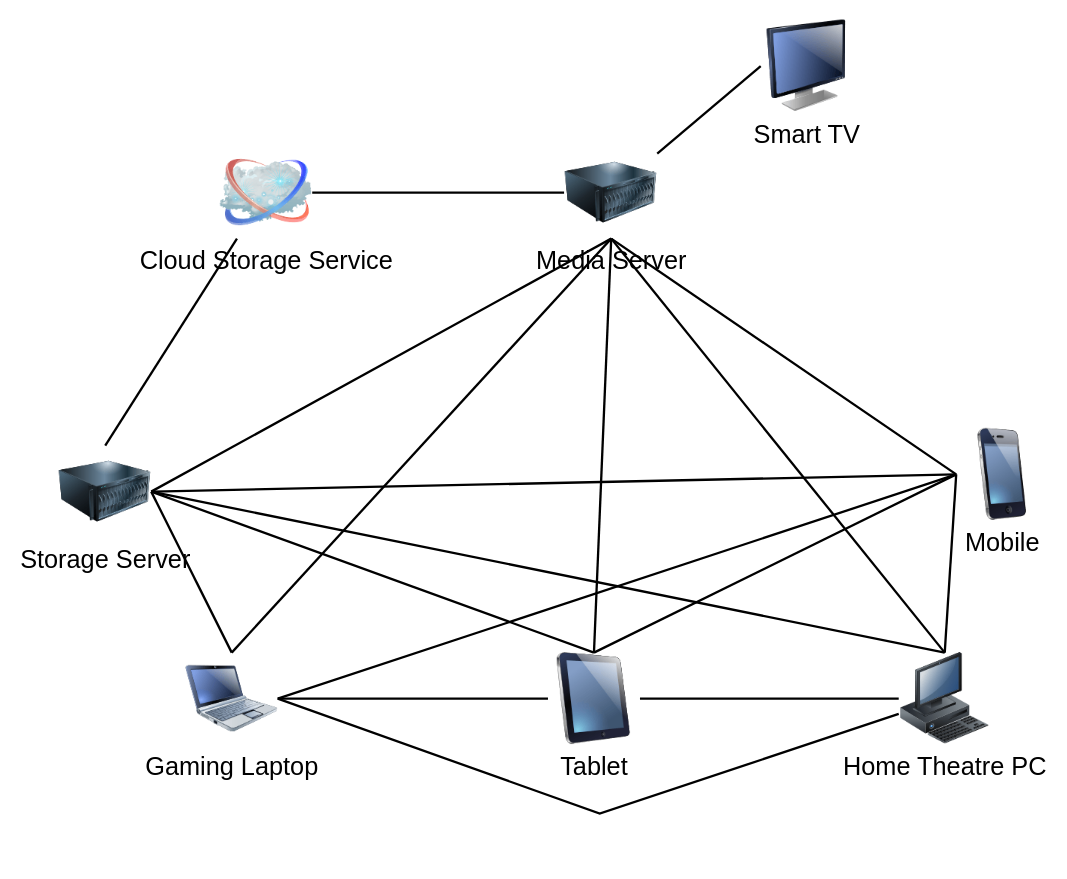
Earlier version of the draw.io diagram Logical Layout.drawio (syedrali/architecture). Source tidied: cells renumbered, new cells numbered last; positions are measured from the earlier drawing's top-left corner, leaving out a move shared by most shapes. Both pictures are drawn from the tidied source at 115%, with x=0, y=0 at pixel (59, 20).
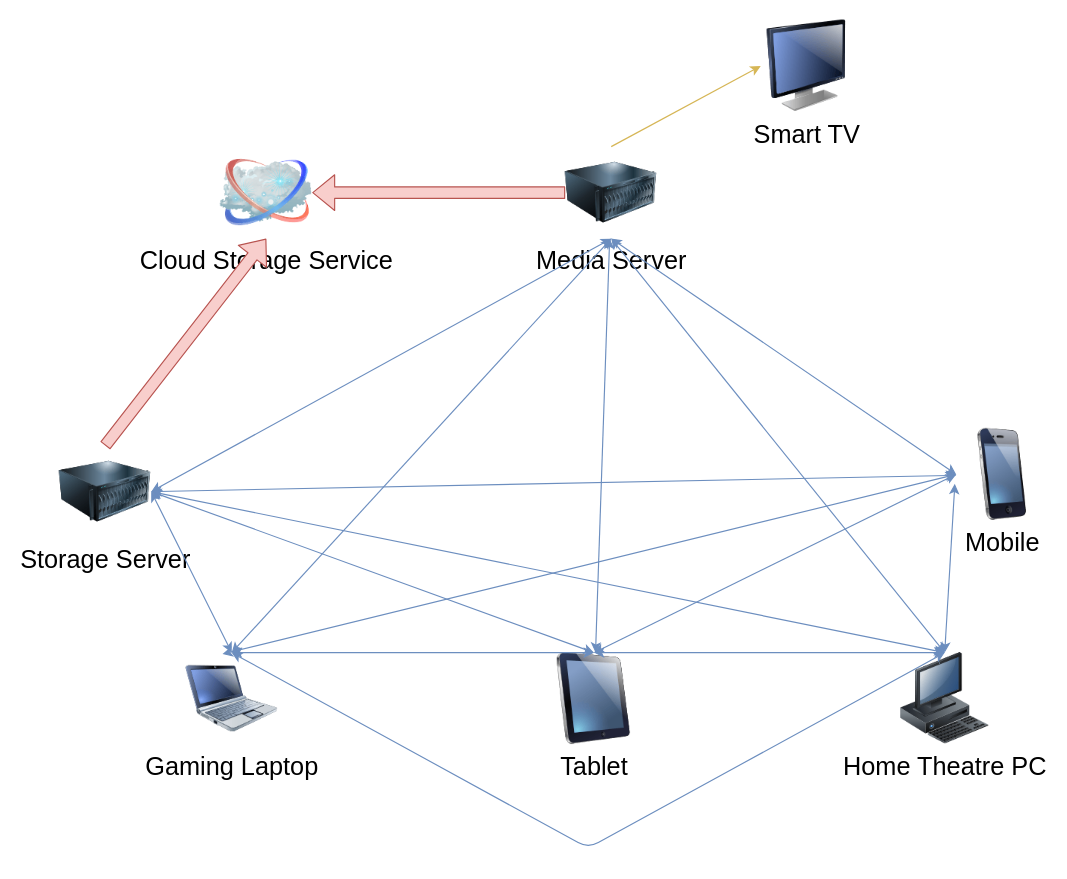
Above is the later version.

Commit message (it also covers changes not shown here):
Redesigned logical layout diagram to be clearer to follow.

Unchanged cells that the change refers to:
```xml
<mxCell id="3" value="Tablet" style="image;html=1;labelBackgroundColor=#ffffff;image=img/lib/clip_art/computers/iPad_128x128.png;rounded=1;shadow=0;comic=0;strokeColor=#000000;strokeWidth=2;fillColor=#FFFFFF;fontSize=22;fontColor=#000000;" parent="1" vertex="1">
  <mxGeometry x="425" y="550" width="80" height="80" as="geometry" />
</mxCell>
<mxCell id="4" value="Home Theatre PC" style="image;html=1;labelBackgroundColor=#ffffff;image=img/lib/clip_art/computers/Workstation_128x128.png;rounded=1;shadow=0;comic=0;strokeColor=#000000;strokeWidth=2;fillColor=#FFFFFF;fontSize=22;fontColor=#000000;" parent="1" vertex="1">
  <mxGeometry x="730" y="550" width="80" height="80" as="geometry" />
</mxCell>
<mxCell id="5" value="Mobile" style="image;html=1;labelBackgroundColor=#ffffff;image=img/lib/clip_art/telecommunication/iPhone_128x128.png;rounded=1;shadow=0;comic=0;strokeColor=#000000;strokeWidth=2;fillColor=#FFFFFF;fontSize=22;fontColor=#000000;" parent="1" vertex="1">
  <mxGeometry x="780" y="355" width="80" height="80" as="geometry" />
</mxCell>
<mxCell id="6" value="Gaming Laptop" style="image;html=1;labelBackgroundColor=#ffffff;image=img/lib/clip_art/computers/Netbook_128x128.png;rounded=1;shadow=0;comic=0;strokeColor=#000000;strokeWidth=2;fillColor=#FFFFFF;fontSize=22;fontColor=#000000;" parent="1" vertex="1">
  <mxGeometry x="110" y="550" width="80" height="80" as="geometry" />
</mxCell>
<mxCell id="7" value="Storage Server" style="image;html=1;labelBackgroundColor=#ffffff;image=img/lib/clip_art/computers/Server_128x128.png;fontSize=22;" parent="1" vertex="1">
  <mxGeometry y="370" width="80" height="80" as="geometry" />
</mxCell>
<mxCell id="8" value="Media Server" style="image;html=1;labelBackgroundColor=#ffffff;image=img/lib/clip_art/computers/Server_128x128.png;fontSize=22;" parent="1" vertex="1">
  <mxGeometry x="440" y="110" width="80" height="80" as="geometry" />
</mxCell>
```

The edit, as a diff of the source:
```diff
@@
-    <mxCell id="9" style="edgeStyle=none;rounded=0;html=1;labelBackgroundColor=none;endArrow=none;strokeColor=#000000;strokeWidth=2;fontFamily=Verdana;fontSize=22;fontColor=#000000;entryX=1;entryY=0.5;entryDx=0;entryDy=0;" parent="1" edge="1" target="11">
-      <mxGeometry relative="1" as="geometry">
-        <mxPoint x="439" y="150" as="sourcePoint" />
-      </mxGeometry>
-    </mxCell>
+    <mxCell id="11" value="Cloud Storage Service" style="image;html=1;labelBackgroundColor=#ffffff;image=img/lib/clip_art/networking/Cloud_128x128.png;fontSize=22;" parent="1" vertex="1">
+      <mxGeometry x="140" y="110" width="80" height="80" as="geometry" />
+    </mxCell>
+    <mxCell id="23" value="Smart TV" style="image;html=1;labelBackgroundColor=#ffffff;image=img/lib/clip_art/computers/Monitor_128x128.png;fontSize=22;" parent="1" vertex="1">
+      <mxGeometry x="610" width="80" height="80" as="geometry" />
+    </mxCell>
+    <mxCell id="29" style="shape=flexArrow;endArrow=classic;html=1;exitX=0.5;exitY=0;exitDx=0;exitDy=0;entryX=0.5;entryY=1;entryDx=0;entryDy=0;fillColor=#f8cecc;strokeColor=#b85450;" parent="1" edge="1" source="7" target="11">
+      <mxGeometry relative="1" as="geometry" />
+    </mxCell>
+    <mxCell id="30" style="shape=flexArrow;endArrow=classic;html=1;entryX=1;entryY=0.5;entryDx=0;entryDy=0;fillColor=#f8cecc;strokeColor=#b85450;" parent="1" edge="1" source="8" target="11">
+      <mxGeometry relative="1" as="geometry" />
+    </mxCell>
+    <mxCell id="31" style="endArrow=classic;html=1;exitX=0.5;exitY=0;exitDx=0;exitDy=0;entryX=0;entryY=0.5;entryDx=0;entryDy=0;fillColor=#fff2cc;strokeColor=#d6b656;" parent="1" edge="1" source="8" target="23">
+      <mxGeometry relative="1" as="geometry" />
+    </mxCell>
+    <mxCell id="32" style="endArrow=classic;startArrow=classic;html=1;entryX=0.5;entryY=1;entryDx=0;entryDy=0;exitX=1;exitY=0.5;exitDx=0;exitDy=0;fillColor=#dae8fc;strokeColor=#6c8ebf;" parent="1" edge="1" source="7" target="8">
+      <mxGeometry relative="1" as="geometry" />
+    </mxCell>
-    <mxCell id="10" style="edgeStyle=none;rounded=0;html=1;labelBackgroundColor=none;endArrow=none;strokeColor=#000000;strokeWidth=2;fontFamily=Verdana;fontSize=22;fontColor=#000000;exitX=1;exitY=0.5;exitDx=0;exitDy=0;entryX=0.5;entryY=0;entryDx=0;entryDy=0;" parent="1" edge="1" source="7" target="6">
+    <mxCell id="10" style="endArrow=classic;startArrow=classic;html=1;exitX=1;exitY=0.5;exitDx=0;exitDy=0;entryX=0.5;entryY=0;entryDx=0;entryDy=0;fillColor=#dae8fc;strokeColor=#6c8ebf;" parent="1" edge="1" source="7" target="6">
       <mxGeometry relative="1" as="geometry" />
     </mxCell>
-    <mxCell id="11" value="Cloud Storage Service" style="image;html=1;labelBackgroundColor=#ffffff;image=img/lib/clip_art/networking/Cloud_128x128.png;fontSize=22;" parent="1" vertex="1">
-      <mxGeometry x="140" y="110" width="80" height="80" as="geometry" />
-    </mxCell>
-    <mxCell id="12" style="edgeStyle=none;rounded=0;html=1;labelBackgroundColor=none;endArrow=none;strokeColor=#000000;strokeWidth=2;fontFamily=Verdana;fontSize=22;fontColor=#000000;entryX=0.5;entryY=0;entryDx=0;entryDy=0;" parent="1" edge="1" source="11" target="7">
-      <mxGeometry relative="1" as="geometry" />
-    </mxCell>
+    <mxCell id="19" style="endArrow=classic;startArrow=classic;html=1;entryX=0.5;entryY=1;entryDx=0;entryDy=0;exitX=0.5;exitY=0;exitDx=0;exitDy=0;fillColor=#dae8fc;strokeColor=#6c8ebf;" parent="1" edge="1" source="6" target="8">
+      <mxGeometry relative="1" as="geometry" />
+    </mxCell>
+    <mxCell id="33" style="endArrow=classic;startArrow=classic;html=1;fillColor=#dae8fc;strokeColor=#6c8ebf;" parent="1" edge="1" source="3" target="8">
+      <mxGeometry relative="1" as="geometry" />
+    </mxCell>
+    <mxCell id="34" style="endArrow=classic;startArrow=classic;html=1;entryX=0.5;entryY=1;entryDx=0;entryDy=0;exitX=0.5;exitY=0;exitDx=0;exitDy=0;fillColor=#dae8fc;strokeColor=#6c8ebf;" parent="1" edge="1" source="4" target="8">
+      <mxGeometry relative="1" as="geometry" />
+    </mxCell>
+    <mxCell id="35" style="endArrow=classic;startArrow=classic;html=1;entryX=0.5;entryY=1;entryDx=0;entryDy=0;exitX=0;exitY=0.5;exitDx=0;exitDy=0;fillColor=#dae8fc;strokeColor=#6c8ebf;" parent="1" edge="1" source="5" target="8">
+      <mxGeometry relative="1" as="geometry" />
+    </mxCell>
-    <mxCell id="13" style="edgeStyle=none;rounded=0;html=1;labelBackgroundColor=none;endArrow=none;strokeColor=#000000;strokeWidth=2;fontFamily=Verdana;fontSize=22;fontColor=#000000;entryX=0;entryY=0.5;entryDx=0;entryDy=0;exitX=1;exitY=0.5;exitDx=0;exitDy=0;" parent="1" edge="1" source="6" target="3">
+    <mxCell id="13" style="endArrow=classic;startArrow=classic;html=1;exitX=0.5;exitY=0;exitDx=0;exitDy=0;entryX=0.5;entryY=0;entryDx=0;entryDy=0;fillColor=#dae8fc;strokeColor=#6c8ebf;" parent="1" edge="1" source="6" target="3">
       <mxGeometry relative="1" as="geometry" />
     </mxCell>
-    <mxCell id="14" style="edgeStyle=none;rounded=0;html=1;labelBackgroundColor=none;endArrow=none;strokeColor=#000000;strokeWidth=2;fontFamily=Verdana;fontSize=22;fontColor=#000000;exitX=0;exitY=0.5;exitDx=0;exitDy=0;" parent="1" edge="1" source="5">
-      <mxGeometry relative="1" as="geometry">
-        <mxPoint x="480" y="190" as="targetPoint" />
-      </mxGeometry>
-    </mxCell>
-    <mxCell id="15" style="edgeStyle=none;rounded=0;html=1;labelBackgroundColor=none;endArrow=none;strokeColor=#000000;strokeWidth=2;fontFamily=Verdana;fontSize=22;fontColor=#000000;exitX=0;exitY=0.5;exitDx=0;exitDy=0;entryX=1;entryY=0.5;entryDx=0;entryDy=0;" parent="1" edge="1" source="4" target="3">
-      <mxGeometry relative="1" as="geometry" />
-    </mxCell>
-    <mxCell id="16" style="edgeStyle=none;rounded=0;html=1;labelBackgroundColor=none;endArrow=none;strokeColor=#000000;strokeWidth=2;fontFamily=Verdana;fontSize=22;fontColor=#000000;entryX=0.5;entryY=0;entryDx=0;entryDy=0;exitX=0;exitY=0.5;exitDx=0;exitDy=0;" parent="1" edge="1" source="5" target="4">
-      <mxGeometry relative="1" as="geometry" />
-    </mxCell>
-    <mxCell id="17" style="edgeStyle=none;rounded=0;html=1;labelBackgroundColor=none;endArrow=none;strokeColor=#000000;strokeWidth=2;fontFamily=Verdana;fontSize=22;fontColor=#000000;exitX=1;exitY=0.5;exitDx=0;exitDy=0;entryX=0.5;entryY=0;entryDx=0;entryDy=0;" parent="1" edge="1" source="7" target="3">
-      <mxGeometry relative="1" as="geometry" />
-    </mxCell>
-    <mxCell id="18" style="edgeStyle=none;rounded=0;html=1;labelBackgroundColor=none;endArrow=none;strokeColor=#000000;strokeWidth=2;fontFamily=Verdana;fontSize=22;fontColor=#000000;exitX=0.5;exitY=0;exitDx=0;exitDy=0;" parent="1" edge="1" source="3">
-      <mxGeometry relative="1" as="geometry">
-        <mxPoint x="480" y="190" as="targetPoint" />
-      </mxGeometry>
-    </mxCell>
-    <mxCell id="19" style="edgeStyle=none;rounded=0;html=1;labelBackgroundColor=none;endArrow=none;strokeColor=#000000;strokeWidth=2;fontFamily=Verdana;fontSize=22;fontColor=#000000;exitX=0.5;exitY=0;exitDx=0;exitDy=0;entryX=0.5;entryY=1;entryDx=0;entryDy=0;" parent="1" edge="1" source="6" target="8">
-      <mxGeometry relative="1" as="geometry" />
-    </mxCell>
-    <mxCell id="20" style="edgeStyle=none;rounded=0;html=1;labelBackgroundColor=none;endArrow=none;strokeColor=#000000;strokeWidth=2;fontFamily=Verdana;fontSize=22;fontColor=#000000;exitX=0.5;exitY=0;exitDx=0;exitDy=0;" parent="1" edge="1" source="4">
-      <mxGeometry relative="1" as="geometry">
-        <mxPoint x="480" y="190" as="targetPoint" />
-      </mxGeometry>
-    </mxCell>
+    <mxCell id="36" style="endArrow=classic;startArrow=classic;html=1;entryX=1;entryY=0.5;entryDx=0;entryDy=0;exitX=0.5;exitY=0;exitDx=0;exitDy=0;fillColor=#dae8fc;strokeColor=#6c8ebf;" parent="1" edge="1" source="3" target="7">
+      <mxGeometry relative="1" as="geometry" />
+    </mxCell>
+    <mxCell id="37" style="endArrow=classic;startArrow=classic;html=1;exitX=0.5;exitY=0;exitDx=0;exitDy=0;entryX=0.5;entryY=0;entryDx=0;entryDy=0;fillColor=#dae8fc;strokeColor=#6c8ebf;" parent="1" edge="1" source="3" target="4">
+      <mxGeometry relative="1" as="geometry" />
+    </mxCell>
+    <mxCell id="38" style="endArrow=classic;startArrow=classic;html=1;exitX=1;exitY=0.5;exitDx=0;exitDy=0;fillColor=#dae8fc;strokeColor=#6c8ebf;" parent="1" edge="1" source="7">
+      <mxGeometry relative="1" as="geometry">
+        <mxPoint x="770" y="550" as="targetPoint" />
+      </mxGeometry>
+    </mxCell>
+    <mxCell id="39" style="endArrow=classic;startArrow=classic;html=1;exitX=1;exitY=0.5;exitDx=0;exitDy=0;fillColor=#dae8fc;strokeColor=#6c8ebf;" parent="1" edge="1" source="7" target="5">
+      <mxGeometry relative="1" as="geometry" />
+    </mxCell>
+    <mxCell id="28" style="endArrow=classic;startArrow=classic;html=1;exitX=0.5;exitY=0;exitDx=0;exitDy=0;entryX=0.5;entryY=0;entryDx=0;entryDy=0;fillColor=#dae8fc;strokeColor=#6c8ebf;" parent="1" edge="1" source="6" target="4">
+      <mxGeometry relative="1" as="geometry">
+        <Array as="points">
+          <mxPoint x="460" y="720" />
+        </Array>
+      </mxGeometry>
+    </mxCell>
+    <mxCell id="25" style="endArrow=classic;startArrow=classic;html=1;exitX=0.4;exitY=0.015;exitDx=0;exitDy=0;exitPerimeter=0;entryX=0;entryY=0.5;entryDx=0;entryDy=0;fillColor=#dae8fc;strokeColor=#6c8ebf;" parent="1" edge="1" source="6" target="5">
+      <mxGeometry relative="1" as="geometry" />
+    </mxCell>
-    <mxCell id="21" style="edgeStyle=none;rounded=0;html=1;labelBackgroundColor=none;endArrow=none;strokeColor=#000000;strokeWidth=2;fontFamily=Verdana;fontSize=22;fontColor=#000000;exitX=0.5;exitY=0;exitDx=0;exitDy=0;entryX=0;entryY=0.5;entryDx=0;entryDy=0;" parent="1" edge="1" source="3" target="5">
+    <mxCell id="21" style="endArrow=classic;startArrow=classic;html=1;exitX=0.5;exitY=0;exitDx=0;exitDy=0;entryX=0;entryY=0.5;entryDx=0;entryDy=0;fillColor=#dae8fc;strokeColor=#6c8ebf;" parent="1" edge="1" source="3" target="5">
       <mxGeometry relative="1" as="geometry" />
     </mxCell>
-    <mxCell id="22" style="edgeStyle=none;rounded=0;html=1;labelBackgroundColor=none;endArrow=none;strokeColor=#000000;strokeWidth=2;fontFamily=Verdana;fontSize=22;fontColor=#000000;entryX=0;entryY=0.5;entryDx=0;entryDy=0;" parent="1" edge="1" target="5">
-      <mxGeometry relative="1" as="geometry">
-        <mxPoint x="82" y="410" as="sourcePoint" />
-      </mxGeometry>
-    </mxCell>
-    <mxCell id="23" value="Smart TV" style="image;html=1;labelBackgroundColor=#ffffff;image=img/lib/clip_art/computers/Monitor_128x128.png;fontSize=22;" parent="1" vertex="1">
-      <mxGeometry x="610" width="80" height="80" as="geometry" />
-    </mxCell>
-    <mxCell id="24" style="edgeStyle=none;rounded=0;html=1;labelBackgroundColor=none;endArrow=none;strokeColor=#000000;strokeWidth=2;fontFamily=Verdana;fontSize=22;fontColor=#000000;exitX=0;exitY=0.5;exitDx=0;exitDy=0;" parent="1" edge="1" source="23" target="8">
-      <mxGeometry relative="1" as="geometry" />
-    </mxCell>
-    <mxCell id="25" style="edgeStyle=none;rounded=0;html=1;labelBackgroundColor=none;endArrow=none;strokeColor=#000000;strokeWidth=2;fontFamily=Verdana;fontSize=22;fontColor=#000000;exitX=1;exitY=0.5;exitDx=0;exitDy=0;entryX=0;entryY=0.5;entryDx=0;entryDy=0;" parent="1" edge="1" source="6" target="5">
-      <mxGeometry relative="1" as="geometry" />
-    </mxCell>
-    <mxCell id="26" style="edgeStyle=none;rounded=0;html=1;labelBackgroundColor=none;endArrow=none;strokeColor=#000000;strokeWidth=2;fontFamily=Verdana;fontSize=22;fontColor=#000000;entryX=1;entryY=0.5;entryDx=0;entryDy=0;" parent="1" edge="1" target="7">
-      <mxGeometry relative="1" as="geometry">
-        <mxPoint x="770" y="550" as="sourcePoint" />
-      </mxGeometry>
-    </mxCell>
-    <mxCell id="27" style="edgeStyle=none;rounded=0;html=1;labelBackgroundColor=none;endArrow=none;strokeColor=#000000;strokeWidth=2;fontFamily=Verdana;fontSize=22;fontColor=#000000;" parent="1" edge="1">
-      <mxGeometry relative="1" as="geometry">
-        <mxPoint x="80" y="410" as="sourcePoint" />
-        <mxPoint x="480" y="190" as="targetPoint" />
-      </mxGeometry>
-    </mxCell>
-    <mxCell id="28" style="edgeStyle=none;rounded=0;html=1;labelBackgroundColor=none;endArrow=none;strokeColor=#000000;strokeWidth=2;fontFamily=Verdana;fontSize=22;fontColor=#000000;exitX=1;exitY=0.5;exitDx=0;exitDy=0;" parent="1" edge="1" source="6" target="4">
-      <mxGeometry relative="1" as="geometry">
-        <Array as="points">
-          <mxPoint x="470" y="690" />
-        </Array>
-      </mxGeometry>
-    </mxCell>
+    <mxCell id="40" style="endArrow=classic;startArrow=classic;html=1;exitX=0.5;exitY=0;exitDx=0;exitDy=0;entryX=-0.015;entryY=0.603;entryDx=0;entryDy=0;entryPerimeter=0;fillColor=#dae8fc;strokeColor=#6c8ebf;" parent="1" edge="1" source="4" target="5">
+      <mxGeometry relative="1" as="geometry" />
+    </mxCell>
```
